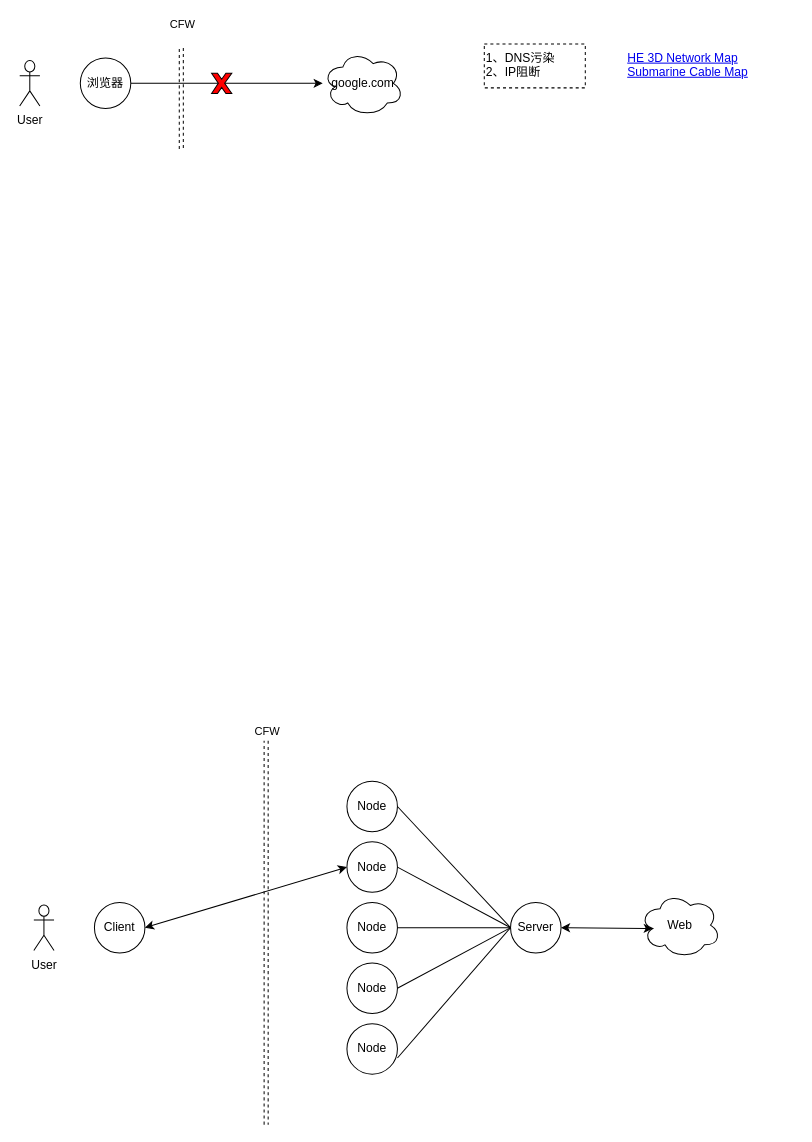
The draw.io diagram page "第 1 页" (1 of 3) of bluary.drawio in zebra-min/my-design, before the edit. Source tidied: cells renumbered, new cells numbered last; positions are measured from the earlier drawing's top-left corner, leaving out a move shared by most shapes. Both pictures are drawn from the tidied source at 101%, with x=0, y=0 at pixel (19, 43).
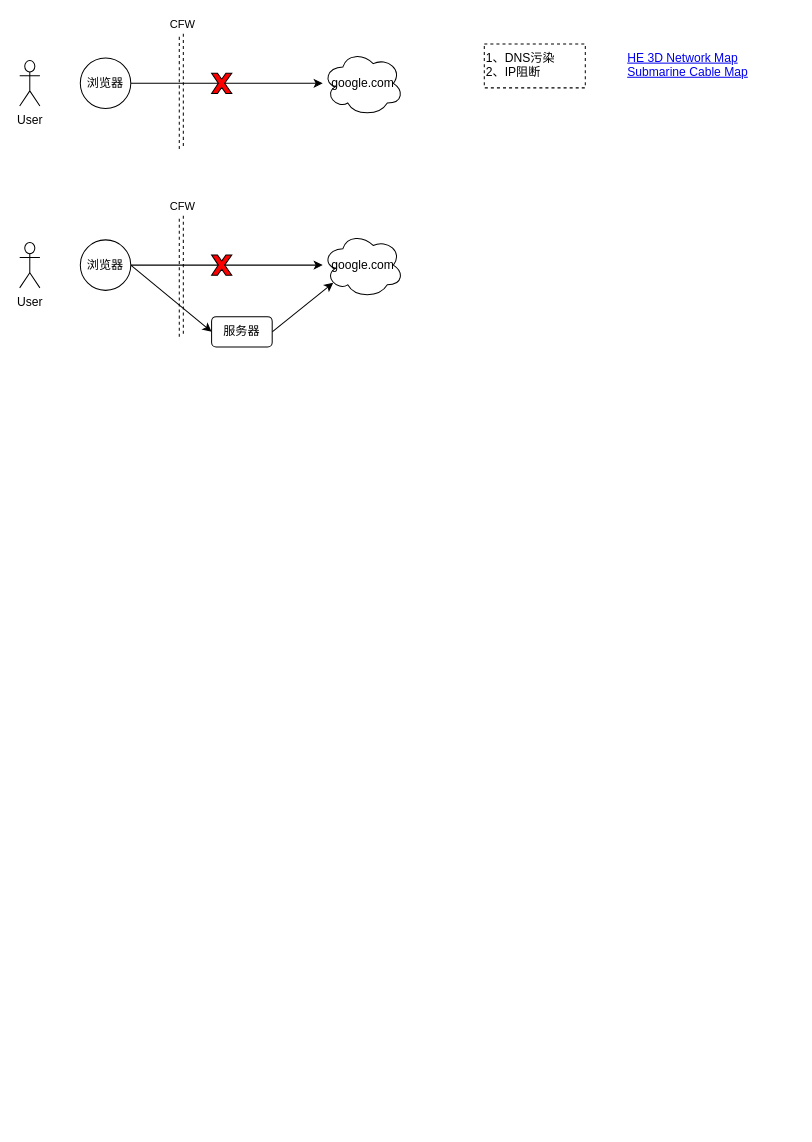
Above is the later version.

Change to the diagram source:
```diff
@@
-    <mxCell id="2" value="User" style="shape=umlActor;verticalLabelPosition=bottom;verticalAlign=top;html=1;" parent="1" vertex="1">
-      <mxGeometry x="14" y="852.5" width="20" height="45" as="geometry" />
-    </mxCell>
-    <mxCell id="3" style="shape=link;html=1;rounded=0;dashed=1;" parent="1" edge="1">
-      <mxGeometry relative="1" as="geometry">
-        <mxPoint x="244" y="1070" as="sourcePoint" />
-        <mxPoint x="244" y="690" as="targetPoint" />
-      </mxGeometry>
-    </mxCell>
-    <mxCell id="4" value="CFW" style="edgeLabel;html=1;align=center;verticalAlign=middle;" parent="3" vertex="1">
-      <mxGeometry x="0.9" y="-3" relative="1" as="geometry">
-        <mxPoint x="-3" y="-29" as="offset" />
-      </mxGeometry>
-    </mxCell>
-    <mxCell id="5" style="rounded=0;jettySize=auto;html=1;exitX=1;exitY=0.5;exitDx=0;exitDy=0;entryX=0;entryY=0.5;entryDx=0;entryDy=0;startArrow=classic;startFill=1;" parent="1" edge="1" source="6" target="9">
-      <mxGeometry relative="1" as="geometry" />
-    </mxCell>
-    <mxCell id="6" value="Client" style="ellipse;whiteSpace=wrap;html=1;" parent="1" vertex="1">
-      <mxGeometry x="74" y="850" width="50" height="50" as="geometry" />
-    </mxCell>
-    <mxCell id="7" value="Node" style="ellipse;whiteSpace=wrap;html=1;" parent="1" vertex="1">
-      <mxGeometry x="324" y="730" width="50" height="50" as="geometry" />
-    </mxCell>
-    <mxCell id="8" style="rounded=0;jettySize=auto;html=1;exitX=1;exitY=0.5;exitDx=0;exitDy=0;entryX=0;entryY=0.5;entryDx=0;entryDy=0;endArrow=none;endFill=0;" parent="1" edge="1" source="9" target="16">
-      <mxGeometry relative="1" as="geometry" />
-    </mxCell>
-    <mxCell id="9" value="Node" style="ellipse;whiteSpace=wrap;html=1;" parent="1" vertex="1">
-      <mxGeometry x="324" y="790" width="50" height="50" as="geometry" />
-    </mxCell>
-    <mxCell id="10" value="Node" style="ellipse;whiteSpace=wrap;html=1;" parent="1" vertex="1">
-      <mxGeometry x="324" y="850" width="50" height="50" as="geometry" />
-    </mxCell>
-    <mxCell id="11" value="Node" style="ellipse;whiteSpace=wrap;html=1;" parent="1" vertex="1">
-      <mxGeometry x="324" y="910" width="50" height="50" as="geometry" />
-    </mxCell>
-    <mxCell id="12" value="Node" style="ellipse;whiteSpace=wrap;html=1;" parent="1" vertex="1">
-      <mxGeometry x="324" y="970" width="50" height="50" as="geometry" />
-    </mxCell>
-    <mxCell id="13" style="rounded=0;jettySize=auto;html=1;exitX=0;exitY=0.5;exitDx=0;exitDy=0;entryX=1;entryY=0.5;entryDx=0;entryDy=0;startArrow=none;startFill=0;endArrow=none;endFill=0;" parent="1" edge="1" source="16" target="7">
-      <mxGeometry relative="1" as="geometry" />
-    </mxCell>
-    <mxCell id="14" style="rounded=0;jettySize=auto;html=1;exitX=0;exitY=0.5;exitDx=0;exitDy=0;entryX=1;entryY=0.5;entryDx=0;entryDy=0;endArrow=none;endFill=0;" parent="1" edge="1" source="16" target="10">
-      <mxGeometry relative="1" as="geometry" />
-    </mxCell>
-    <mxCell id="15" style="rounded=0;jettySize=auto;html=1;exitX=0;exitY=0.5;exitDx=0;exitDy=0;entryX=1;entryY=0.5;entryDx=0;entryDy=0;endArrow=none;endFill=0;" parent="1" edge="1" source="16" target="11">
-      <mxGeometry relative="1" as="geometry" />
-    </mxCell>
-    <mxCell id="16" value="Server" style="ellipse;whiteSpace=wrap;html=1;" parent="1" vertex="1">
-      <mxGeometry x="486" y="850" width="50" height="50" as="geometry" />
-    </mxCell>
-    <mxCell id="17" style="endArrow=none;startArrow=none;html=1;rounded=0;exitX=1;exitY=0.68;exitDx=0;exitDy=0;exitPerimeter=0;startFill=0;endFill=0;entryX=0;entryY=0.5;entryDx=0;entryDy=0;" parent="1" edge="1" source="12" target="16">
-      <mxGeometry relative="1" as="geometry" />
-    </mxCell>
-    <mxCell id="18" style="rounded=0;jettySize=auto;html=1;exitX=0.16;exitY=0.55;exitDx=0;exitDy=0;exitPerimeter=0;entryX=1;entryY=0.5;entryDx=0;entryDy=0;startArrow=classic;startFill=1;" parent="1" edge="1" source="19" target="16">
-      <mxGeometry relative="1" as="geometry" />
-    </mxCell>
-    <mxCell id="19" value="Web" style="ellipse;shape=cloud;whiteSpace=wrap;html=1;" parent="1" vertex="1">
-      <mxGeometry x="614" y="840" width="80" height="65" as="geometry" />
-    </mxCell>
@@
     <mxCell id="23" style="shape=link;html=1;rounded=0;dashed=1;" parent="1" edge="1">
       <mxGeometry relative="1" as="geometry">
         <mxPoint x="160" y="104" as="sourcePoint" />
-        <mxPoint x="160" y="4" as="targetPoint" />
+        <mxPoint x="160" y="-10" as="targetPoint" />
       </mxGeometry>
     </mxCell>
     <mxCell id="24" value="CFW" style="edgeLabel;html=1;align=center;verticalAlign=middle;" parent="23" vertex="1">
       <mxGeometry x="0.9" y="-3" relative="1" as="geometry">
-        <mxPoint x="-3" y="-29" as="offset" />
+        <mxPoint x="-3" y="-16" as="offset" />
       </mxGeometry>
     </mxCell>
@@
+    <mxCell id="2" value="User" style="shape=umlActor;verticalLabelPosition=bottom;verticalAlign=top;html=1;" parent="1" vertex="1">
+      <mxGeometry y="196.5" width="20" height="45" as="geometry" />
+    </mxCell>
+    <mxCell id="29" style="edgeStyle=none;rounded=0;jettySize=auto;html=1;exitX=1;exitY=0.5;exitDx=0;exitDy=0;" parent="1" edge="1" source="31" target="33">
+      <mxGeometry relative="1" as="geometry" />
+    </mxCell>
+    <mxCell id="30" style="edgeStyle=none;rounded=0;jettySize=auto;html=1;exitX=1;exitY=0.5;exitDx=0;exitDy=0;entryX=0;entryY=0.5;entryDx=0;entryDy=0;" parent="1" edge="1" source="31" target="36">
+      <mxGeometry relative="1" as="geometry" />
+    </mxCell>
+    <mxCell id="31" value="浏览器" style="ellipse;whiteSpace=wrap;html=1;" parent="1" vertex="1">
+      <mxGeometry x="60" y="194" width="50" height="50" as="geometry" />
+    </mxCell>
+    <mxCell id="32" style="shape=link;html=1;rounded=0;dashed=1;" parent="1" edge="1">
+      <mxGeometry relative="1" as="geometry">
+        <mxPoint x="160" y="290" as="sourcePoint" />
+        <mxPoint x="160" y="170" as="targetPoint" />
+      </mxGeometry>
+    </mxCell>
+    <mxCell id="4" value="CFW" style="edgeLabel;html=1;align=center;verticalAlign=middle;" parent="32" vertex="1">
+      <mxGeometry x="0.9" y="-3" relative="1" as="geometry">
+        <mxPoint x="-3" y="-16" as="offset" />
+      </mxGeometry>
+    </mxCell>
+    <mxCell id="33" value="google.com" style="ellipse;shape=cloud;whiteSpace=wrap;html=1;" parent="1" vertex="1">
+      <mxGeometry x="300" y="186.5" width="80" height="65" as="geometry" />
+    </mxCell>
+    <mxCell id="34" style="verticalLabelPosition=bottom;verticalAlign=top;html=1;shape=mxgraph.basic.x;fillColor=#FF0000;" parent="1" vertex="1">
+      <mxGeometry x="190" y="209" width="20" height="20" as="geometry" />
+    </mxCell>
+    <mxCell id="35" style="edgeStyle=none;rounded=0;jettySize=auto;html=1;exitX=1;exitY=0.5;exitDx=0;exitDy=0;entryX=0.13;entryY=0.77;entryDx=0;entryDy=0;entryPerimeter=0;" parent="1" edge="1" source="36" target="33">
+      <mxGeometry relative="1" as="geometry" />
+    </mxCell>
+    <mxCell id="36" value="服务器" style="rounded=1;whiteSpace=wrap;html=1;" parent="1" vertex="1">
+      <mxGeometry x="190" y="270" width="60" height="30" as="geometry" />
+    </mxCell>
```
